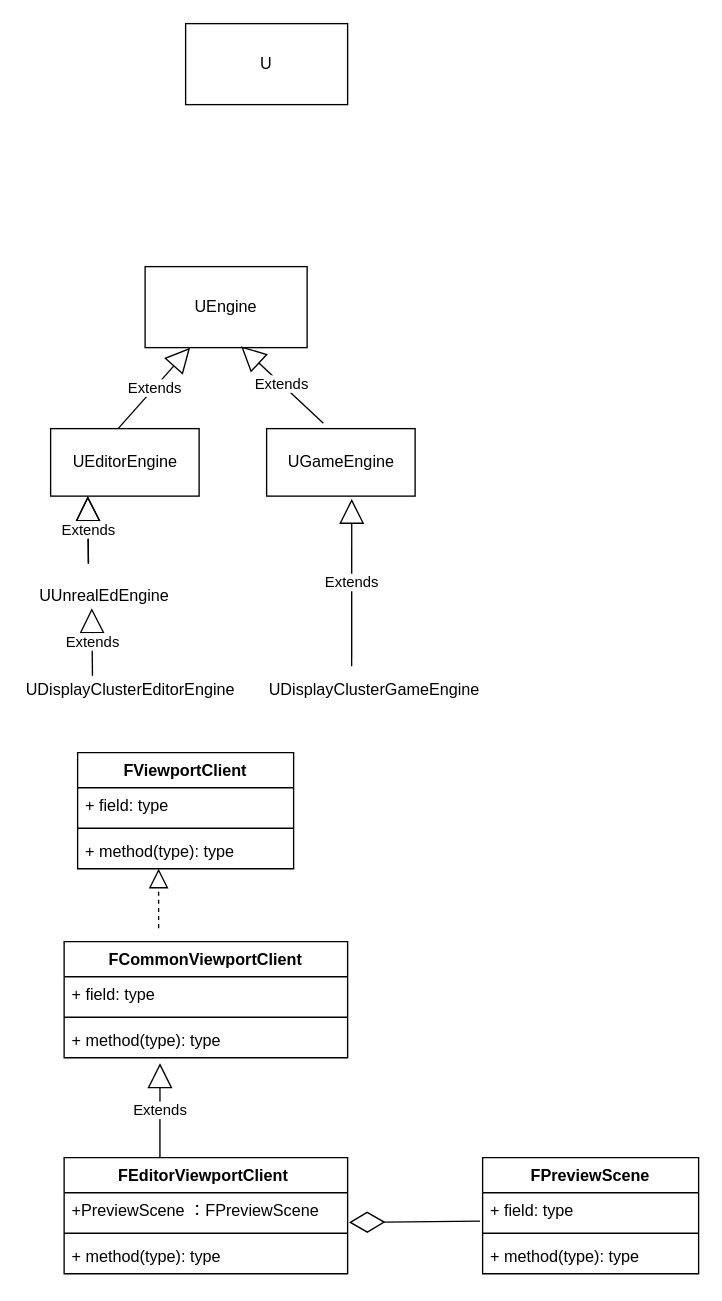
The draw.io diagram Scene.drawio in paridas0813/WebApp, before the edit. Source tidied: cells renumbered, new cells numbered last; positions are measured from the earlier drawing's top-left corner, leaving out a move shared by most shapes. Both pictures are drawn from the tidied source at 135%, with x=0, y=0 at pixel (23, 23).
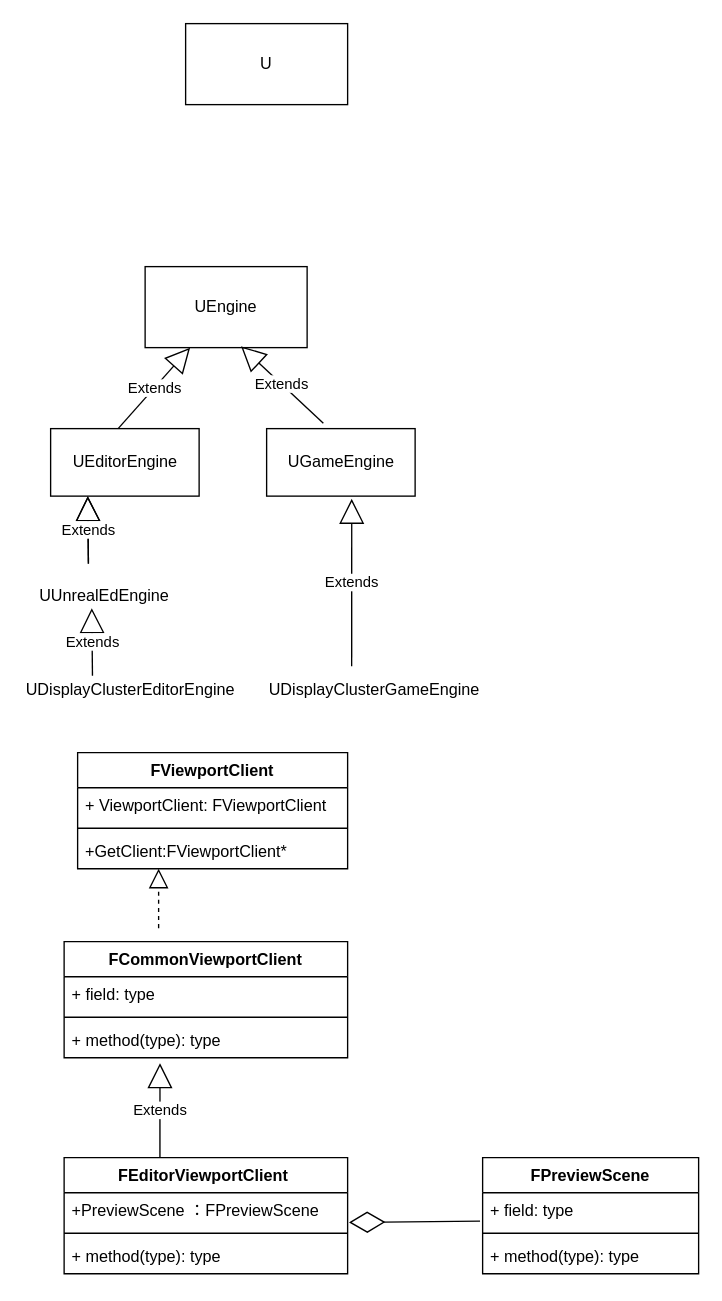
After the change.

Change to the diagram source:
```diff
@@
     <mxCell id="27" value="FViewportClient" style="swimlane;fontStyle=1;align=center;verticalAlign=top;horizontal=1;startSize=26;" parent="1" vertex="1">
-      <mxGeometry x="40" y="540" width="160" height="86" as="geometry" />
+      <mxGeometry x="40" y="540" width="200" height="86" as="geometry" />
     </mxCell>
-    <mxCell id="28" value="+ field: type" style="text;strokeColor=none;fillColor=none;align=left;verticalAlign=top;spacingLeft=4;spacingRight=4;overflow=hidden;" parent="27" vertex="1">
-      <mxGeometry y="26" width="160" height="26" as="geometry" />
+    <mxCell id="28" value="+ ViewportClient: FViewportClient" style="text;strokeColor=none;fillColor=none;align=left;verticalAlign=top;spacingLeft=4;spacingRight=4;overflow=hidden;" parent="27" vertex="1">
+      <mxGeometry y="26" width="200" height="26" as="geometry" />
     </mxCell>
     <mxCell id="29" style="line;strokeWidth=1;fillColor=none;align=left;verticalAlign=middle;spacingTop=-1;spacingLeft=3;spacingRight=3;labelPosition=right;" parent="27" vertex="1">
-      <mxGeometry y="52" width="160" height="8" as="geometry" />
+      <mxGeometry y="52" width="200" height="8" as="geometry" />
     </mxCell>
-    <mxCell id="30" value="+ method(type): type" style="text;strokeColor=none;fillColor=none;align=left;verticalAlign=top;spacingLeft=4;spacingRight=4;overflow=hidden;" parent="27" vertex="1">
-      <mxGeometry y="60" width="160" height="26" as="geometry" />
+    <mxCell id="30" value="+GetClient:FViewportClient*" style="text;strokeColor=none;fillColor=none;align=left;verticalAlign=top;spacingLeft=4;spacingRight=4;overflow=hidden;" parent="27" vertex="1">
+      <mxGeometry y="60" width="200" height="26" as="geometry" />
     </mxCell>
```
